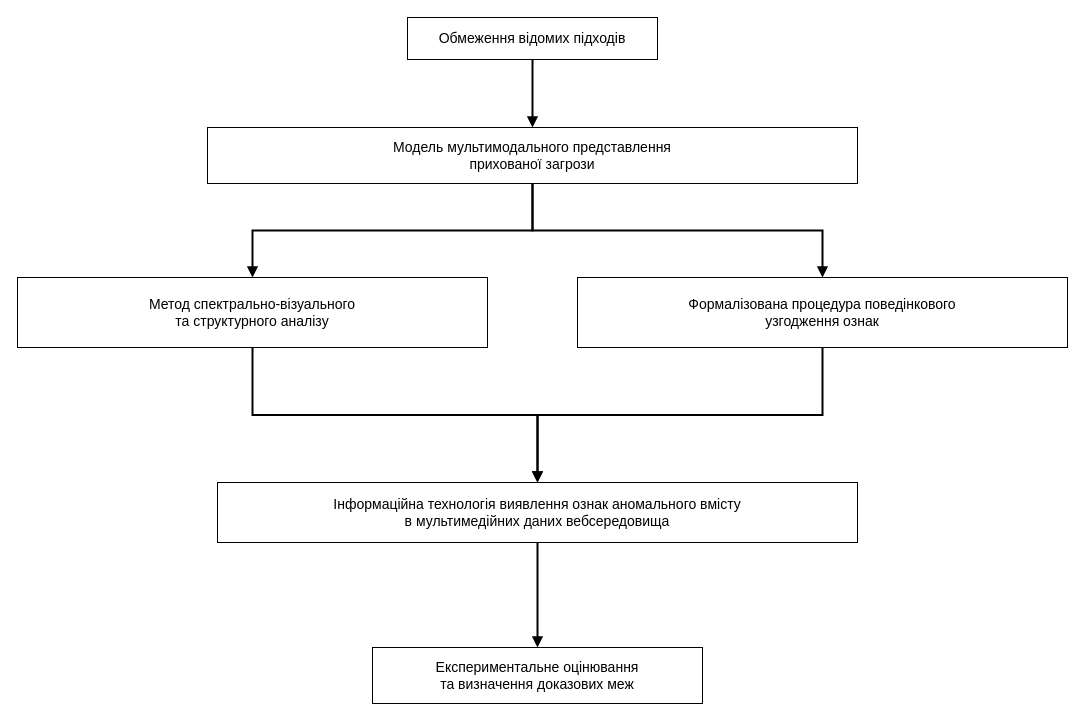
Above: title/figures_drawio/fig_1_3_research_logic.drawio in oleksandrmelnychenko/dima-phd (draw.io), before the change. Source tidied: cells renumbered, new cells numbered last; positions are measured from the earlier drawing's top-left corner, leaving out a move shared by most shapes. Both pictures are drawn from the tidied source at 100%, with x=0, y=0 at pixel (17, 17).
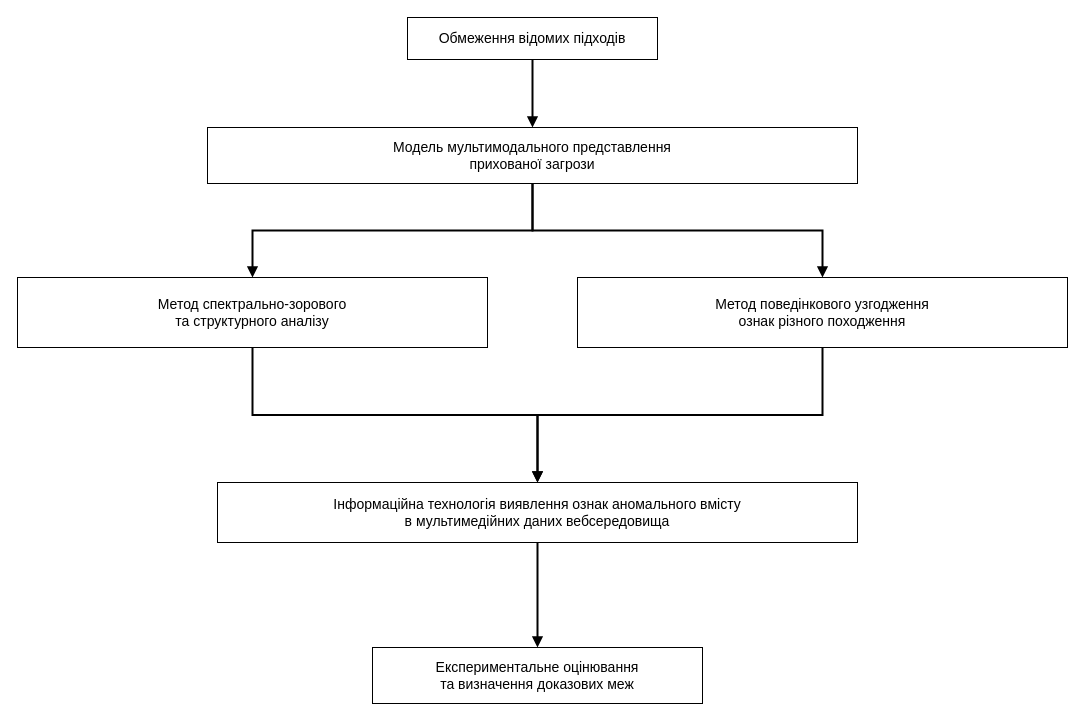
The same diagram, later.

Change to the diagram source:
```diff
@@
 <mxGraphModel>
   <root>
     <mxCell id="0" />
     <mxCell id="1" parent="0" />
     <mxCell id="2" value="Обмеження відомих підходів" style="rounded=0;whiteSpace=wrap;html=1;fillColor=#ffffff;strokeColor=#000000;fontColor=#000000;fontSize=14;align=center;verticalAlign=middle;spacing=4;" parent="1" vertex="1">
       <mxGeometry x="390" width="250" height="42" as="geometry" />
     </mxCell>
     <mxCell id="3" value="Модель мультимодального представлення&lt;br&gt;прихованої загрози" style="rounded=0;whiteSpace=wrap;html=1;fillColor=#ffffff;strokeColor=#000000;fontColor=#000000;fontSize=14;align=center;verticalAlign=middle;spacing=4;" parent="1" vertex="1">
       <mxGeometry x="190" y="110" width="650" height="56" as="geometry" />
     </mxCell>
-    <mxCell id="4" value="Метод спектрально-візуального&lt;br&gt;та структурного аналізу" style="rounded=0;whiteSpace=wrap;html=1;fillColor=#ffffff;strokeColor=#000000;fontColor=#000000;fontSize=14;align=center;verticalAlign=middle;spacing=4;" parent="1" vertex="1">
+    <mxCell id="4" value="Метод спектрально-зорового&lt;br&gt;та структурного аналізу" style="rounded=0;whiteSpace=wrap;html=1;fillColor=#ffffff;strokeColor=#000000;fontColor=#000000;fontSize=14;align=center;verticalAlign=middle;spacing=4;" parent="1" vertex="1">
       <mxGeometry y="260" width="470" height="70" as="geometry" />
     </mxCell>
-    <mxCell id="5" value="Формалізована процедура поведінкового&lt;br&gt;узгодження ознак" style="rounded=0;whiteSpace=wrap;html=1;fillColor=#ffffff;strokeColor=#000000;fontColor=#000000;fontSize=14;align=center;verticalAlign=middle;spacing=4;" parent="1" vertex="1">
+    <mxCell id="5" value="Метод поведінкового узгодження&lt;br&gt;ознак різного походження" style="rounded=0;whiteSpace=wrap;html=1;fillColor=#ffffff;strokeColor=#000000;fontColor=#000000;fontSize=14;align=center;verticalAlign=middle;spacing=4;" parent="1" vertex="1">
       <mxGeometry x="560" y="260" width="490" height="70" as="geometry" />
     </mxCell>
     <mxCell id="6" value="Інформаційна технологія виявлення ознак аномального вмісту&lt;br&gt;в мультимедійних даних вебсередовища" style="rounded=0;whiteSpace=wrap;html=1;fillColor=#ffffff;strokeColor=#000000;fontColor=#000000;fontSize=14;align=center;verticalAlign=middle;spacing=4;" parent="1" vertex="1">
       <mxGeometry x="200" y="465" width="640" height="60" as="geometry" />
     </mxCell>
     <mxCell id="7" value="Експериментальне оцінювання&lt;br&gt;та визначення доказових меж" style="rounded=0;whiteSpace=wrap;html=1;fillColor=#ffffff;strokeColor=#000000;fontColor=#000000;fontSize=14;align=center;verticalAlign=middle;spacing=4;" parent="1" vertex="1">
       <mxGeometry x="355" y="630" width="330" height="56" as="geometry" />
     </mxCell>
     <mxCell id="8" style="edgeStyle=orthogonalEdgeStyle;rounded=0;jettySize=auto;html=1;endArrow=block;endFill=1;strokeColor=#000000;strokeWidth=2;" parent="1" edge="1" source="2" target="3">
       <mxGeometry relative="1" as="geometry" />
     </mxCell>
     <mxCell id="9" style="edgeStyle=orthogonalEdgeStyle;rounded=0;jettySize=auto;html=1;endArrow=block;endFill=1;strokeColor=#000000;strokeWidth=2;" parent="1" edge="1" source="3" target="4">
       <mxGeometry relative="1" as="geometry" />
     </mxCell>
     <mxCell id="10" style="edgeStyle=orthogonalEdgeStyle;rounded=0;jettySize=auto;html=1;endArrow=block;endFill=1;strokeColor=#000000;strokeWidth=2;" parent="1" edge="1" source="3" target="5">
       <mxGeometry relative="1" as="geometry" />
     </mxCell>
     <mxCell id="11" style="edgeStyle=orthogonalEdgeStyle;rounded=0;jettySize=auto;html=1;endArrow=block;endFill=1;strokeColor=#000000;strokeWidth=2;" parent="1" edge="1" source="4" target="6">
       <mxGeometry relative="1" as="geometry" />
     </mxCell>
     <mxCell id="12" style="edgeStyle=orthogonalEdgeStyle;rounded=0;jettySize=auto;html=1;endArrow=block;endFill=1;strokeColor=#000000;strokeWidth=2;" parent="1" edge="1" source="5" target="6">
       <mxGeometry relative="1" as="geometry" />
     </mxCell>
     <mxCell id="13" style="edgeStyle=orthogonalEdgeStyle;rounded=0;jettySize=auto;html=1;endArrow=block;endFill=1;strokeColor=#000000;strokeWidth=2;" parent="1" edge="1" source="6" target="7">
       <mxGeometry relative="1" as="geometry" />
     </mxCell>
   </root>
 </mxGraphModel>
```
